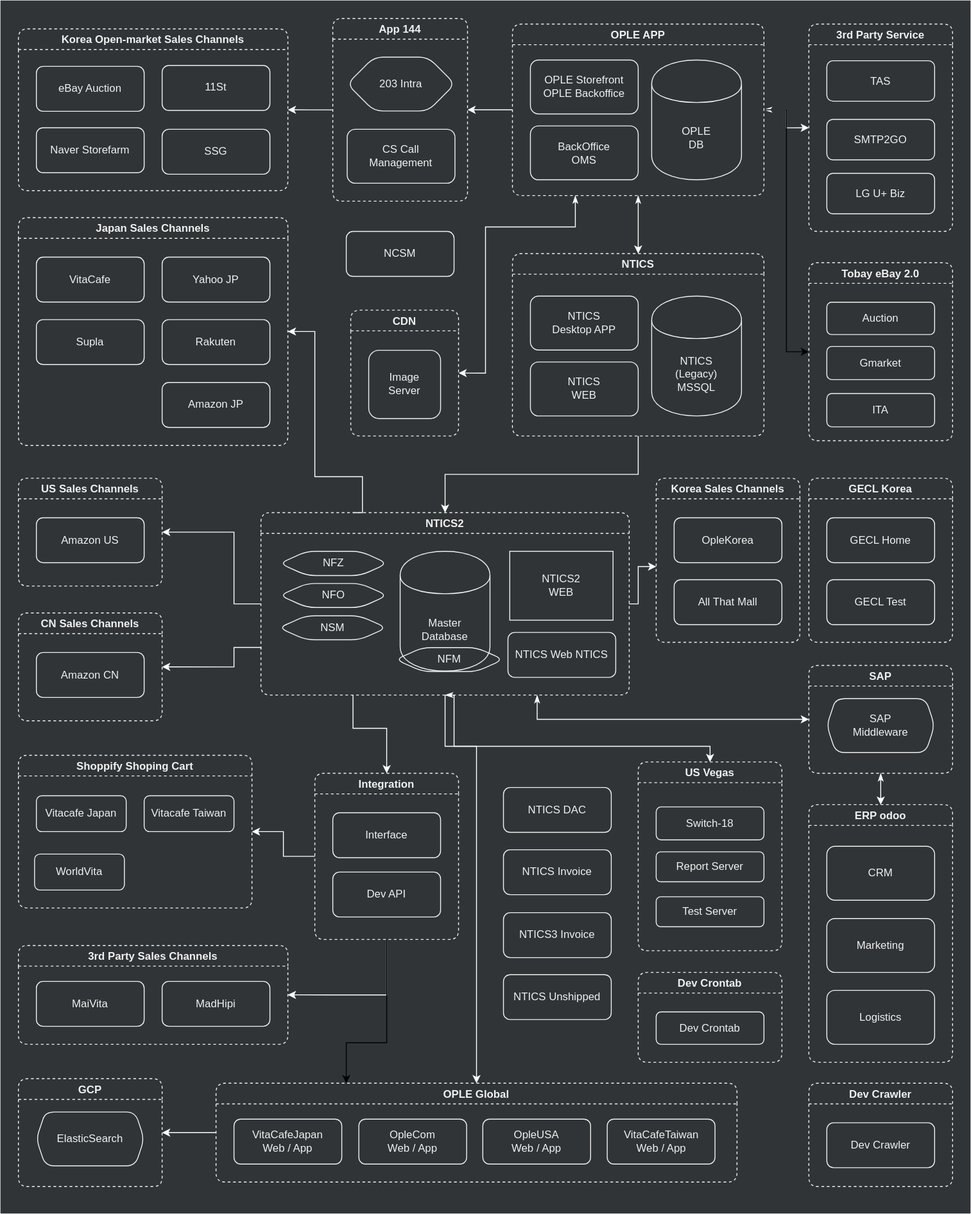
jiholee-ntwglobal/jiholee-ntwglobal.github.io keeps this draw.io diagram as assets/.draw.io/references/infrastructure-diagram.svg. Above is the earlier version. Source tidied: cells renumbered, new cells last; positions are measured from the earlier drawing's top-left corner, leaving out a move shared by most shapes.
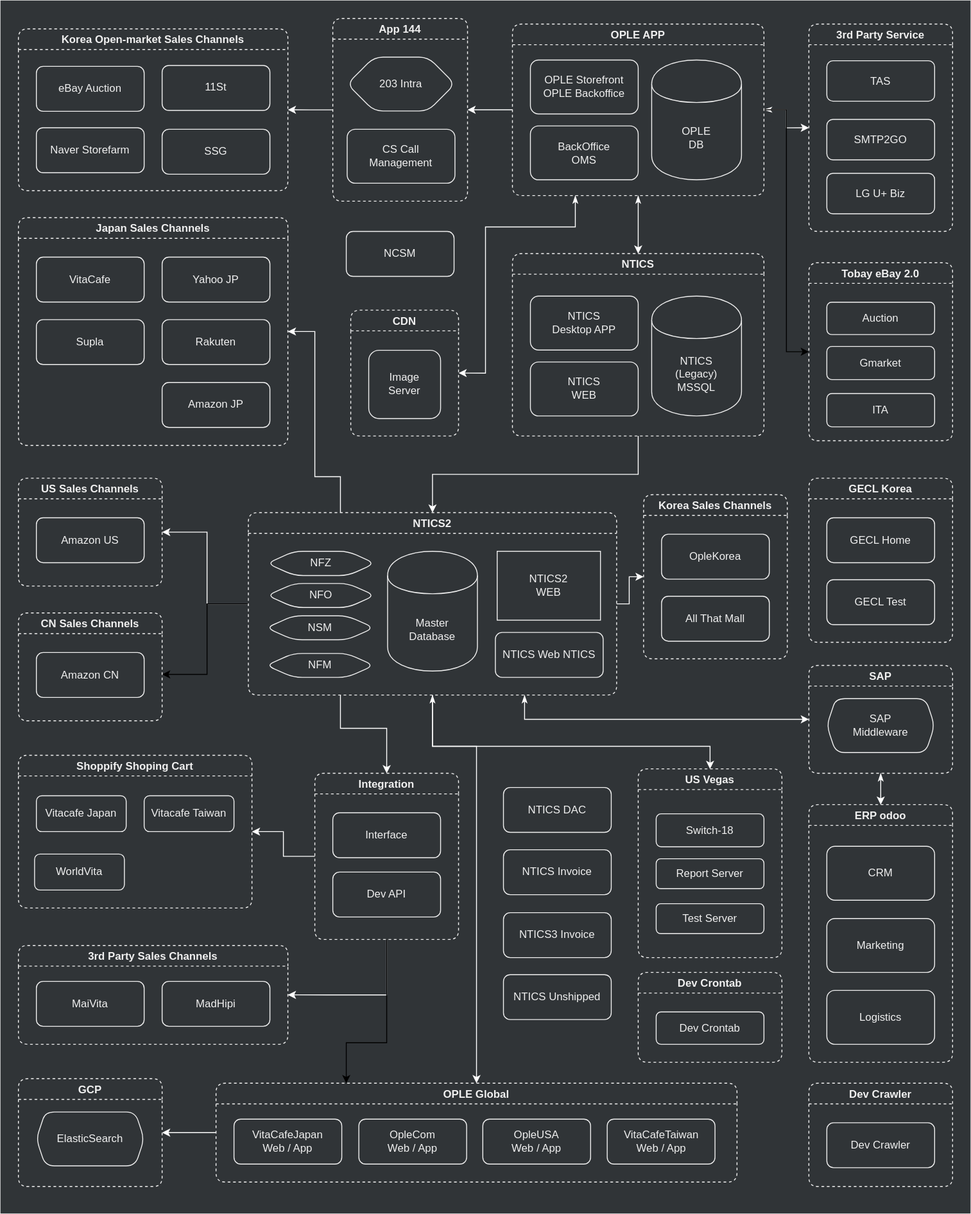
The same diagram one commit later.

The edit, as a diff of the source:
```diff
@@ -54,7 +54,7 @@
       <mxGeometry x="20" y="45" width="100" height="40" as="geometry" />
     </mxCell>
     <mxCell id="19" value="US Vegas" style="swimlane;rounded=1;fillColor=none;dashed=1;fontColor=#F0F0F0;strokeColor=#F0F0F0;" parent="1" vertex="1">
-      <mxGeometry x="710" y="847.5" width="160" height="210" as="geometry" />
+      <mxGeometry x="710" y="855.2" width="160" height="210" as="geometry" />
     </mxCell>
     <mxCell id="20" value="Switch-18" style="rounded=1;whiteSpace=wrap;html=1;fillColor=none;fontColor=#F0F0F0;strokeColor=#F0F0F0;" parent="19" vertex="1">
       <mxGeometry x="20" y="50" width="120" height="36.7" as="geometry" />
@@ -137,7 +137,7 @@
     <mxCell id="44" style="edgeStyle=orthogonalEdgeStyle;rounded=0;jettySize=auto;html=1;entryX=1;entryY=0.5;entryDx=0;entryDy=0;startArrow=none;startFill=0;strokeColor=#FFFFFF;fontColor=#FFFFFF;exitX=0.25;exitY=0;exitDx=0;exitDy=0;" parent="1" edge="1" source="52" target="32">
       <mxGeometry relative="1" as="geometry">
         <Array as="points">
-          <mxPoint x="403" y="530" />
+          <mxPoint x="379" y="530" />
           <mxPoint x="350" y="530" />
           <mxPoint x="350" y="368" />
         </Array>
@@ -146,25 +146,15 @@
     <mxCell id="45" style="edgeStyle=orthogonalEdgeStyle;rounded=0;jettySize=auto;html=1;entryX=1;entryY=0.5;entryDx=0;entryDy=0;startArrow=none;startFill=0;strokeColor=#FFFFFF;fontColor=#FFFFFF;exitX=0;exitY=0.5;exitDx=0;exitDy=0;" parent="1" edge="1" source="52" target="59">
       <mxGeometry relative="1" as="geometry">
         <Array as="points">
-          <mxPoint x="260" y="672" />
-          <mxPoint x="260" y="592" />
+          <mxPoint x="230" y="672" />
+          <mxPoint x="230" y="592" />
         </Array>
       </mxGeometry>
     </mxCell>
-    <mxCell id="46" style="edgeStyle=orthogonalEdgeStyle;rounded=0;jettySize=auto;html=1;startArrow=none;startFill=0;strokeColor=#FFFFFF;fontColor=#FFFFFF;exitX=0;exitY=0.75;exitDx=0;exitDy=0;" parent="1" edge="1" source="52">
-      <mxGeometry relative="1" as="geometry">
-        <mxPoint x="180" y="741.7" as="targetPoint" />
-        <Array as="points">
-          <mxPoint x="290" y="720" />
-          <mxPoint x="260" y="720" />
-          <mxPoint x="260" y="742" />
-        </Array>
-      </mxGeometry>
-    </mxCell>
     <mxCell id="47" style="edgeStyle=orthogonalEdgeStyle;rounded=0;jettySize=auto;html=1;entryX=0.5;entryY=0;entryDx=0;entryDy=0;startArrow=none;startFill=0;strokeColor=#FFFFFF;fontColor=#FFFFFF;exitX=0.25;exitY=1;exitDx=0;exitDy=0;" parent="1" edge="1" source="52" target="70">
       <mxGeometry relative="1" as="geometry">
         <Array as="points">
-          <mxPoint x="393" y="810" />
+          <mxPoint x="379" y="810" />
           <mxPoint x="430" y="810" />
         </Array>
       </mxGeometry>
@@ -172,7 +162,7 @@
     <mxCell id="48" style="edgeStyle=orthogonalEdgeStyle;rounded=0;jettySize=auto;html=1;entryX=0.5;entryY=0;entryDx=0;entryDy=0;startArrow=classicThin;startFill=1;strokeColor=#FFFFFF;fontColor=#FFFFFF;exitX=0.5;exitY=1;exitDx=0;exitDy=0;" parent="1" edge="1" source="52" target="19">
       <mxGeometry relative="1" as="geometry">
         <Array as="points">
-          <mxPoint x="505" y="830" />
+          <mxPoint x="481" y="830" />
           <mxPoint x="790" y="830" />
         </Array>
       </mxGeometry>
@@ -180,25 +170,33 @@
     <mxCell id="49" style="edgeStyle=orthogonalEdgeStyle;rounded=0;jettySize=auto;html=1;entryX=0;entryY=0.5;entryDx=0;entryDy=0;startArrow=classicThin;startFill=1;strokeColor=#FFFFFF;fontColor=#FFFFFF;exitX=0.75;exitY=1;exitDx=0;exitDy=0;" parent="1" edge="1" source="52" target="82">
       <mxGeometry relative="1" as="geometry" />
     </mxCell>
-    <mxCell id="50" style="edgeStyle=orthogonalEdgeStyle;rounded=0;jettySize=auto;html=1;startArrow=none;startFill=0;strokeColor=#FFFFFF;fontColor=#FFFFFF;exitX=1;exitY=0.5;exitDx=0;exitDy=0;" parent="1" edge="1" source="52">
+    <mxCell id="50" style="edgeStyle=orthogonalEdgeStyle;rounded=0;jettySize=auto;html=1;startArrow=none;startFill=0;strokeColor=#FFFFFF;fontColor=#FFFFFF;exitX=1;exitY=0.5;exitDx=0;exitDy=0;entryX=0;entryY=0.5;entryDx=0;entryDy=0;" parent="1" edge="1" source="52" target="72">
       <mxGeometry relative="1" as="geometry">
-        <mxPoint x="730" y="630" as="targetPoint" />
         <Array as="points">
-          <mxPoint x="710" y="672" />
-          <mxPoint x="710" y="630" />
+          <mxPoint x="700" y="672" />
+          <mxPoint x="700" y="641" />
         </Array>
       </mxGeometry>
     </mxCell>
     <mxCell id="51" style="edgeStyle=orthogonalEdgeStyle;rounded=0;jettySize=auto;html=1;exitX=0.5;exitY=1;exitDx=0;exitDy=0;entryX=0.5;entryY=0;entryDx=0;entryDy=0;strokeColor=#FFFFFF;" parent="1" edge="1" source="52" target="87">
       <mxGeometry relative="1" as="geometry">
         <Array as="points">
-          <mxPoint x="495" y="830" />
+          <mxPoint x="481" y="830" />
           <mxPoint x="530" y="830" />
         </Array>
       </mxGeometry>
     </mxCell>
+    <mxCell id="109" style="edgeStyle=orthogonalEdgeStyle;rounded=0;jettySize=auto;html=1;" parent="1" edge="1" source="52">
+      <mxGeometry relative="1" as="geometry">
+        <mxPoint x="180" y="750" as="targetPoint" />
+        <Array as="points">
+          <mxPoint x="230" y="672" />
+          <mxPoint x="230" y="750" />
+        </Array>
+      </mxGeometry>
+    </mxCell>
     <mxCell id="52" value="NTICS2" style="swimlane;rounded=1;fillColor=none;fontColor=#F0F0F0;strokeColor=#F0F0F0;dashed=1;" parent="1" vertex="1">
-      <mxGeometry x="290" y="570" width="410" height="203" as="geometry" />
+      <mxGeometry x="276" y="570" width="410" height="203" as="geometry" />
     </mxCell>
     <mxCell id="53" value="Master&lt;br&gt;Database" style="shape=cylinder;whiteSpace=wrap;html=1;boundedLbl=1;backgroundOutline=1;fillColor=none;fontColor=#F0F0F0;strokeColor=#F0F0F0;" parent="52" vertex="1">
       <mxGeometry x="155" y="43" width="100" height="133.3" as="geometry" />
@@ -218,6 +216,9 @@
     <mxCell id="58" value="NSM" style="shape=hexagon;perimeter=hexagonPerimeter2;whiteSpace=wrap;html=1;rounded=1;fillColor=none;fontColor=#F0F0F0;strokeColor=#F0F0F0;" parent="52" vertex="1">
       <mxGeometry x="20" y="114.8" width="120" height="26.7" as="geometry" />
     </mxCell>
+    <mxCell id="104" value="NFM" style="shape=hexagon;perimeter=hexagonPerimeter2;whiteSpace=wrap;html=1;rounded=1;fillColor=none;fontColor=#F0F0F0;strokeColor=#F0F0F0;" parent="52" vertex="1">
+      <mxGeometry x="20" y="156.7" width="120" height="26.7" as="geometry" />
+    </mxCell>
     <mxCell id="59" value="US Sales Channels" style="swimlane;rounded=1;fillColor=none;fontColor=#F0F0F0;strokeColor=#F0F0F0;dashed=1;" parent="1" vertex="1">
       <mxGeometry x="20" y="531.7" width="160" height="120" as="geometry" />
     </mxCell>
@@ -267,7 +268,7 @@
       <mxGeometry x="20" y="44" width="120" height="50" as="geometry" />
     </mxCell>
     <mxCell id="72" value="Korea Sales Channels" style="swimlane;rounded=1;fillColor=none;fontColor=#F0F0F0;strokeColor=#F0F0F0;dashed=1;" parent="1" vertex="1">
-      <mxGeometry x="730" y="531.7" width="160" height="182.7" as="geometry" />
+      <mxGeometry x="716" y="550" width="160" height="182.7" as="geometry" />
     </mxCell>
     <mxCell id="73" value="OpleKorea" style="rounded=1;whiteSpace=wrap;html=1;fillColor=none;fontColor=#F0F0F0;strokeColor=#F0F0F0;" parent="72" vertex="1">
       <mxGeometry x="20" y="44" width="120" height="50" as="geometry" />
@@ -362,9 +363,6 @@
     <mxCell id="103" value="Dev Crontab" style="rounded=1;whiteSpace=wrap;html=1;fillColor=none;fontColor=#F0F0F0;strokeColor=#F0F0F0;" parent="102" vertex="1">
       <mxGeometry x="20" y="44" width="120" height="36" as="geometry" />
     </mxCell>
-    <mxCell id="104" value="NFM" style="shape=hexagon;perimeter=hexagonPerimeter2;whiteSpace=wrap;html=1;rounded=1;fillColor=none;fontColor=#F0F0F0;strokeColor=#F0F0F0;" parent="1" vertex="1">
-      <mxGeometry x="440" y="720.2" width="120" height="26.7" as="geometry" />
-    </mxCell>
     <mxCell id="105" value="Tobay eBay 2.0" style="swimlane;rounded=1;fillColor=none;fontColor=#F0F0F0;strokeColor=#F0F0F0;dashed=1;" parent="1" vertex="1">
       <mxGeometry x="900" y="291.8" width="160" height="198.2" as="geometry" />
     </mxCell>
```
